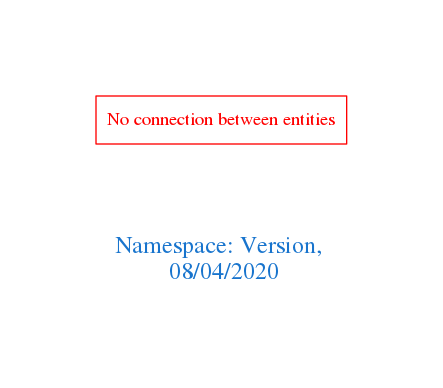
Above: downloads/Version.png in arago/OGIT (Graphviz), before the change. Its source is kept beside it as downloads/Version.dot.
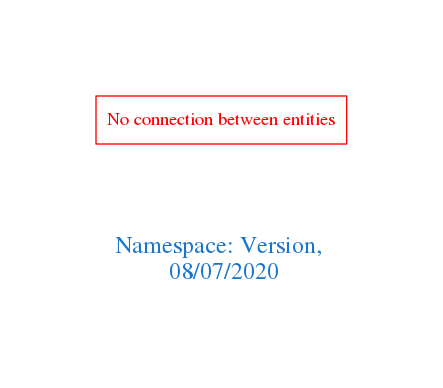
After the commit.

The edit, as a diff of the source:
```diff
@@ -1,7 +1,7 @@
 digraph OGIT_ontology {
  graph [ rankdir= LR,pad=1
 fontsize = 18,
-fontcolor= dodgerblue3,label = "\n\n\nNamespace: Version, \n 08/04/2020"];
+fontcolor= dodgerblue3,label = "\n\n\nNamespace: Version, \n 08/07/2020"];
 node[shape=polygon];
 edge [  color="gray81"];
 
```
